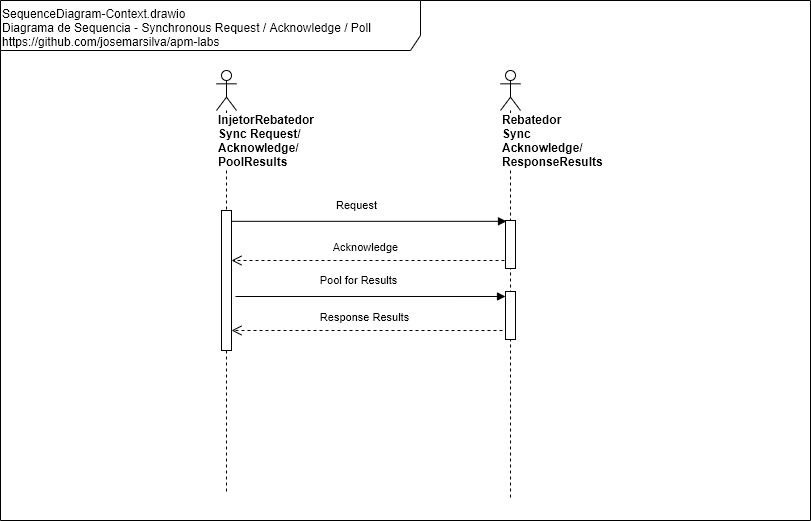
Above: doc/SequenceDiagram-Context-SynchronousRequestAcknowledgePoll.png in josemarsilva/apm-labs (draw.io), before the change. Source tidied: cells renumbered, new cells last; positions are measured from the earlier drawing's top-left corner, leaving out a move shared by most shapes.
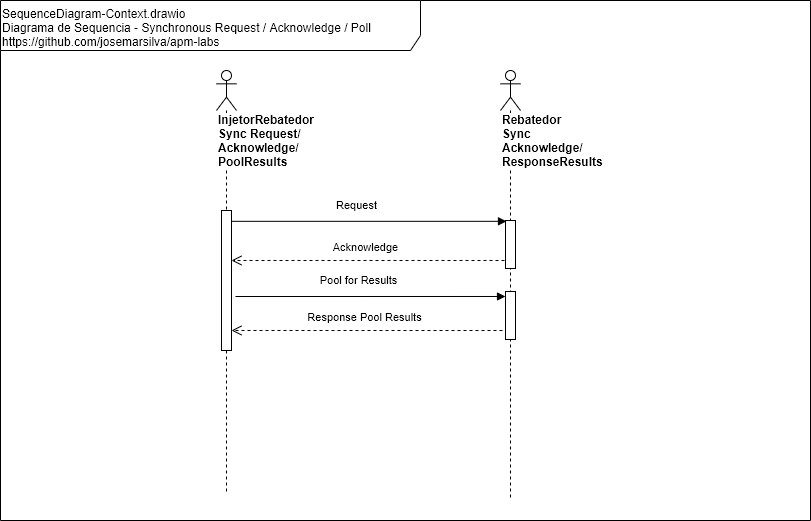
Later version of the same file.

The edit, as a diff of the source:
```diff
@@ -31,7 +31,7 @@
         <mxPoint x="235" y="296" as="sourcePoint" />
       </mxGeometry>
     </mxCell>
-    <mxCell id="11" value="Response Results" style="html=1;verticalAlign=bottom;endArrow=open;dashed=1;endSize=8;exitX=-0.3;exitY=0.813;exitPerimeter=0;exitDx=0;exitDy=0;entryX=1;entryY=0.857;entryDx=0;entryDy=0;entryPerimeter=0;" parent="1" edge="1" source="7" target="4">
+    <mxCell id="11" value="Response Pool Results" style="html=1;verticalAlign=bottom;endArrow=open;dashed=1;endSize=8;exitX=-0.3;exitY=0.813;exitPerimeter=0;exitDx=0;exitDy=0;entryX=1;entryY=0.857;entryDx=0;entryDy=0;entryPerimeter=0;" parent="1" edge="1" source="7" target="4">
       <mxGeometry x="0.02" y="-4" relative="1" as="geometry" />
     </mxCell>
   </root>
```
